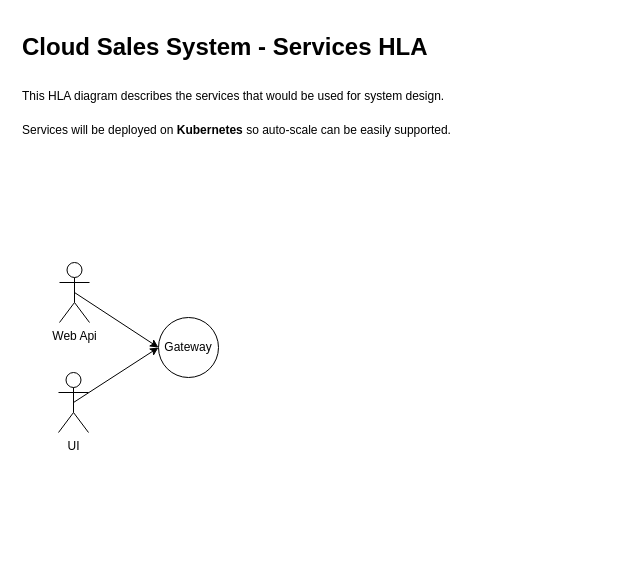
This is page "Services HLA" (2 of 2) of System Design/CloudSalesSystem.hla.io.drawio from bokunda/cloud-sales-system, a draw.io file, before an edit. Source tidied: cells renumbered, new cells numbered last; positions are measured from the earlier drawing's top-left corner, leaving out a move shared by most shapes. Both pictures are drawn from the tidied source at 100%, with x=0, y=0 at pixel (17, 27). Pictures stored in the file or linked from it are replaced by grey dashed boxes.
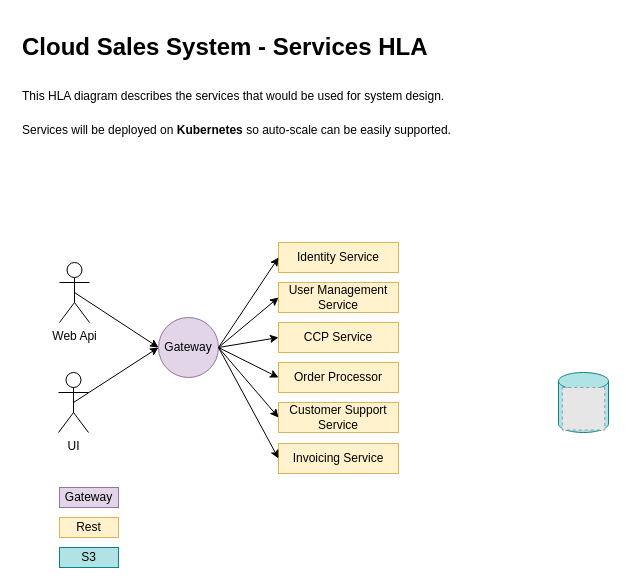
The same page after the edit.

The edit, as a diff of the source:
```diff
@@
-    <mxCell id="3" value="Gateway" style="ellipse;whiteSpace=wrap;html=1;" parent="1" vertex="1">
+    <mxCell id="3" value="Gateway" style="ellipse;whiteSpace=wrap;html=1;fillColor=#e1d5e7;strokeColor=#9673a6;" parent="1" vertex="1">
       <mxGeometry x="141" y="290" width="60" height="60" as="geometry" />
     </mxCell>
@@
+    <mxCell id="8" value="Identity Service" style="rounded=0;whiteSpace=wrap;html=1;fillColor=#fff2cc;strokeColor=#d6b656;" parent="1" vertex="1">
+      <mxGeometry x="261" y="215" width="120" height="30" as="geometry" />
+    </mxCell>
+    <mxCell id="9" value="User Management Service" style="rounded=0;whiteSpace=wrap;html=1;fillColor=#fff2cc;strokeColor=#d6b656;" parent="1" vertex="1">
+      <mxGeometry x="261" y="255" width="120" height="30" as="geometry" />
+    </mxCell>
+    <mxCell id="10" value="CCP Service" style="rounded=0;whiteSpace=wrap;html=1;fillColor=#fff2cc;strokeColor=#d6b656;" parent="1" vertex="1">
+      <mxGeometry x="261" y="295" width="120" height="30" as="geometry" />
+    </mxCell>
+    <mxCell id="11" value="Invoicing Service" style="rounded=0;whiteSpace=wrap;html=1;fillColor=#fff2cc;strokeColor=#d6b656;" parent="1" vertex="1">
+      <mxGeometry x="261" y="416" width="120" height="30" as="geometry" />
+    </mxCell>
+    <mxCell id="12" value="Customer Support Service" style="rounded=0;whiteSpace=wrap;html=1;fillColor=#fff2cc;strokeColor=#d6b656;" parent="1" vertex="1">
+      <mxGeometry x="261" y="375" width="120" height="30" as="geometry" />
+    </mxCell>
+    <mxCell id="13" style="endArrow=classic;html=1;rounded=0;exitX=1;exitY=0.5;exitDx=0;exitDy=0;entryX=0;entryY=0.5;entryDx=0;entryDy=0;" parent="1" edge="1" source="3" target="8">
+      <mxGeometry relative="1" as="geometry" />
+    </mxCell>
+    <mxCell id="14" style="endArrow=classic;html=1;rounded=0;exitX=1;exitY=0.5;exitDx=0;exitDy=0;entryX=0;entryY=0.5;entryDx=0;entryDy=0;" parent="1" edge="1" source="3" target="9">
+      <mxGeometry relative="1" as="geometry" />
+    </mxCell>
+    <mxCell id="15" style="endArrow=classic;html=1;rounded=0;exitX=1;exitY=0.5;exitDx=0;exitDy=0;entryX=0;entryY=0.5;entryDx=0;entryDy=0;" parent="1" edge="1" source="3" target="10">
+      <mxGeometry relative="1" as="geometry" />
+    </mxCell>
+    <mxCell id="16" style="endArrow=classic;html=1;rounded=0;exitX=1;exitY=0.5;exitDx=0;exitDy=0;entryX=0;entryY=0.5;entryDx=0;entryDy=0;" parent="1" edge="1" source="3" target="11">
+      <mxGeometry relative="1" as="geometry" />
+    </mxCell>
+    <mxCell id="17" style="endArrow=classic;html=1;rounded=0;exitX=1;exitY=0.5;exitDx=0;exitDy=0;entryX=0;entryY=0.5;entryDx=0;entryDy=0;" parent="1" edge="1" source="3" target="12">
+      <mxGeometry relative="1" as="geometry" />
+    </mxCell>
+    <mxCell id="18" style="group;" parent="1" vertex="1">
+      <mxGeometry x="541" y="335" width="50" height="70" as="geometry" />
+    </mxCell>
+    <mxCell id="19" style="shape=cylinder3;whiteSpace=wrap;html=1;boundedLbl=1;backgroundOutline=1;size=8.666666666666686;fillColor=#b0e3e6;strokeColor=#0e8088;" parent="18" vertex="1">
+      <mxGeometry y="10" width="50" height="60" as="geometry" />
+    </mxCell>
+    <mxCell id="20" style="fillColor=#E6E6E6;strokeColor=#999999;dashed=1;verticalLabelPosition=bottom;labelBackgroundColor=default;verticalAlign=top;" parent="18" vertex="1">
+      <mxGeometry x="3.8" y="25" width="42.5" height="42.5" as="geometry" />
+    </mxCell>
+    <mxCell id="21" value="Gateway" style="rounded=0;whiteSpace=wrap;html=1;fillColor=#e1d5e7;strokeColor=#9673a6;" parent="1" vertex="1">
+      <mxGeometry x="42" y="460" width="59" height="20" as="geometry" />
+    </mxCell>
+    <mxCell id="22" value="Rest" style="rounded=0;whiteSpace=wrap;html=1;fillColor=#fff2cc;strokeColor=#d6b656;" parent="1" vertex="1">
+      <mxGeometry x="42" y="490" width="59" height="20" as="geometry" />
+    </mxCell>
+    <mxCell id="23" value="S3" style="rounded=0;whiteSpace=wrap;html=1;fillColor=#b0e3e6;strokeColor=#0e8088;" parent="1" vertex="1">
+      <mxGeometry x="42" y="520" width="59" height="20" as="geometry" />
+    </mxCell>
+    <mxCell id="24" value="Order Processor" style="rounded=0;whiteSpace=wrap;html=1;fillColor=#fff2cc;strokeColor=#d6b656;" parent="1" vertex="1">
+      <mxGeometry x="261" y="335" width="120" height="30" as="geometry" />
+    </mxCell>
+    <mxCell id="25" style="endArrow=classic;html=1;rounded=0;exitX=1;exitY=0.5;exitDx=0;exitDy=0;entryX=0;entryY=0.5;entryDx=0;entryDy=0;" parent="1" edge="1" source="3" target="24">
+      <mxGeometry relative="1" as="geometry" />
+    </mxCell>
```
